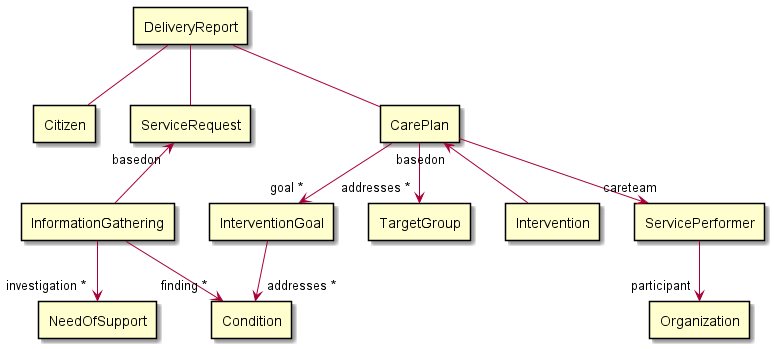
Above: input/images/DeliveryReport.png in hl7dk/kl-ffb-reporting (PlantUML), before the change.
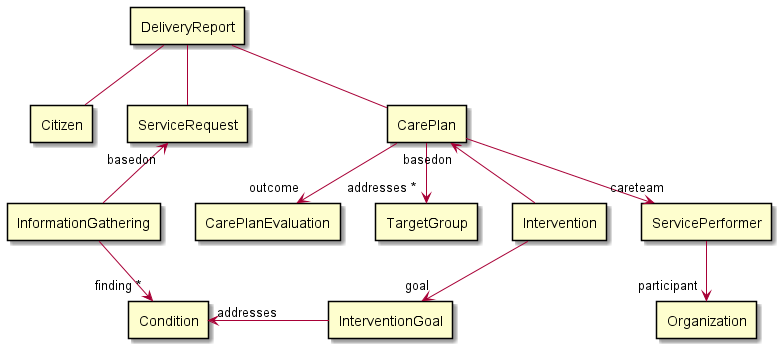
The same diagram one commit later.

What changed in the source:
```diff
@@ -7,13 +7,13 @@
 rectangle "CarePlan" as careplan
 
 rectangle "InformationGathering" as information
-rectangle "InterventionGoal" as goal
+rectangle "CarePlanEvaluation" as careplanevaluation
 rectangle "TargetGroup" as targetgroup
 rectangle "Intervention" as intervention
 rectangle "ServicePerformer" as team
 
-rectangle "NeedOfSupport" as evaluation
 rectangle "Condition" as condition
+rectangle "InterventionGoal" as goal
 rectangle "Organization" as organization
 
 report -- citizen
@@ -21,14 +21,15 @@
 report -- careplan
 
 request "basedon"<-- information
-careplan -->"goal *" goal
+careplan -->"outcome" careplanevaluation
 careplan -->"addresses *" targetgroup
 careplan "basedon"<-- intervention
 careplan -->"careteam" team
 team -->"participant" organization
 
 information -->"finding *" condition
-information -->"investigation *" evaluation
-goal -->"addresses *" condition
+condition "addresses"<- goal
+
+intervention -->"goal" goal
 
 @enduml
```
